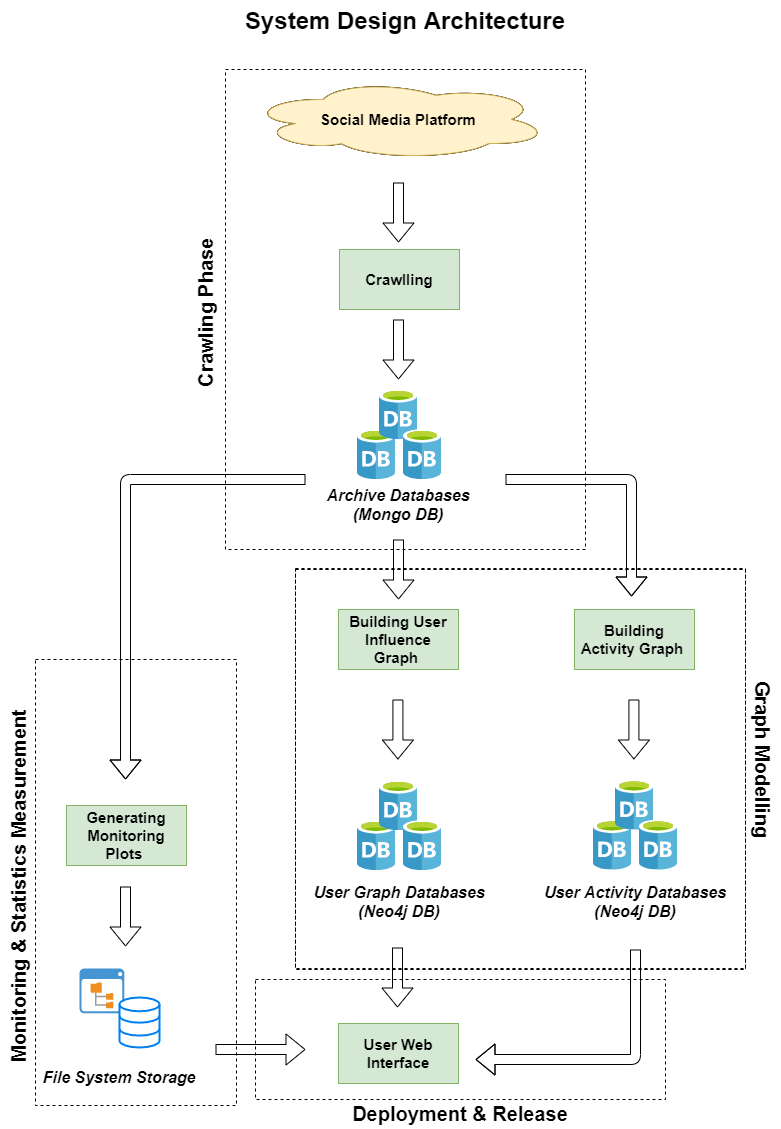
Above: docs/figures/figures/Technical Solution/System Design Architecture.png in MohammedGuniem/social-media-influence-analyzer (draw.io), before the change. Source tidied: cells renumbered, new cells last; positions are measured from the earlier drawing's top-left corner, leaving out a move shared by most shapes.
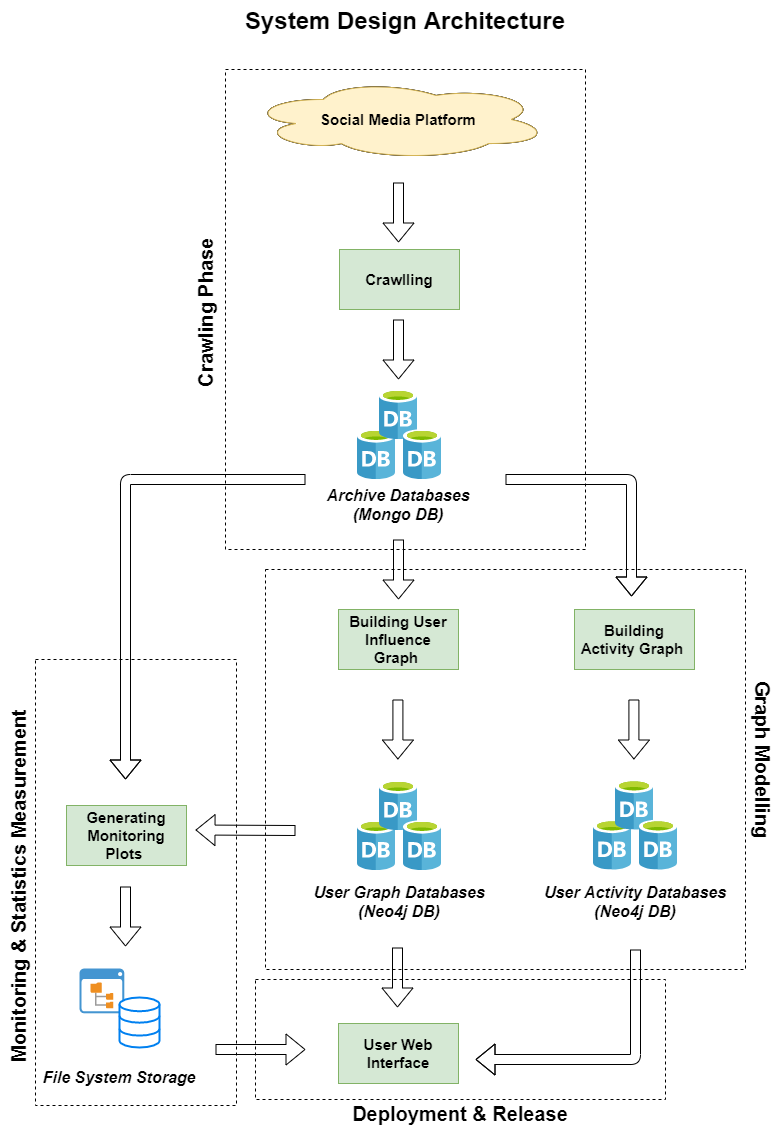
Later version of the same file.

Change to the diagram source:
```diff
@@ -9,14 +9,8 @@
       <mxGeometry x="237" y="659" width="201" height="446" as="geometry" />
     </mxCell>
     <mxCell id="4" style="rounded=0;whiteSpace=wrap;html=1;fontSize=15;dashed=1;fillColor=none;" parent="1" vertex="1">
-      <mxGeometry x="497" y="569" width="450" height="400" as="geometry" />
+      <mxGeometry x="467" y="569" width="480" height="400" as="geometry" />
     </mxCell>
-    <mxCell id="5" style="rounded=0;whiteSpace=wrap;html=1;fontSize=15;dashed=1;fillColor=none;" parent="1" vertex="1">
-      <mxGeometry x="497" y="569" width="450" height="400" as="geometry" />
-    </mxCell>
-    <mxCell id="6" style="rounded=0;whiteSpace=wrap;html=1;fontSize=15;dashed=1;fillColor=none;" parent="1" vertex="1">
-      <mxGeometry x="497" y="568" width="450" height="400" as="geometry" />
-    </mxCell>
     <mxCell id="7" style="rounded=0;whiteSpace=wrap;html=1;fontSize=15;dashed=1;shadow=0;fillColor=none;verticalAlign=bottom;" parent="1" vertex="1">
       <mxGeometry x="427" y="69" width="360" height="480" as="geometry" />
     </mxCell>
@@ -191,5 +185,11 @@
     <mxCell id="50" value="&lt;font&gt;&lt;span style=&quot;font-size: 20px&quot;&gt;&lt;b&gt;Deployment &amp;amp; Release&lt;/b&gt;&lt;/span&gt;&lt;br&gt;&lt;/font&gt;" style="text;html=1;strokeColor=none;fillColor=none;align=center;verticalAlign=middle;whiteSpace=wrap;rounded=0;dashed=1;fontSize=15;direction=west;rotation=0;" parent="1" vertex="1">
       <mxGeometry x="457" y="1099" width="410" height="28" as="geometry" />
     </mxCell>
+    <mxCell id="51" style="shape=flexArrow;endArrow=classic;html=1;" parent="1" edge="1">
+      <mxGeometry relative="1" as="geometry">
+        <mxPoint x="497" y="830" as="sourcePoint" />
+        <mxPoint x="397" y="829.5" as="targetPoint" />
+      </mxGeometry>
+    </mxCell>
   </root>
 </mxGraphModel>
```
